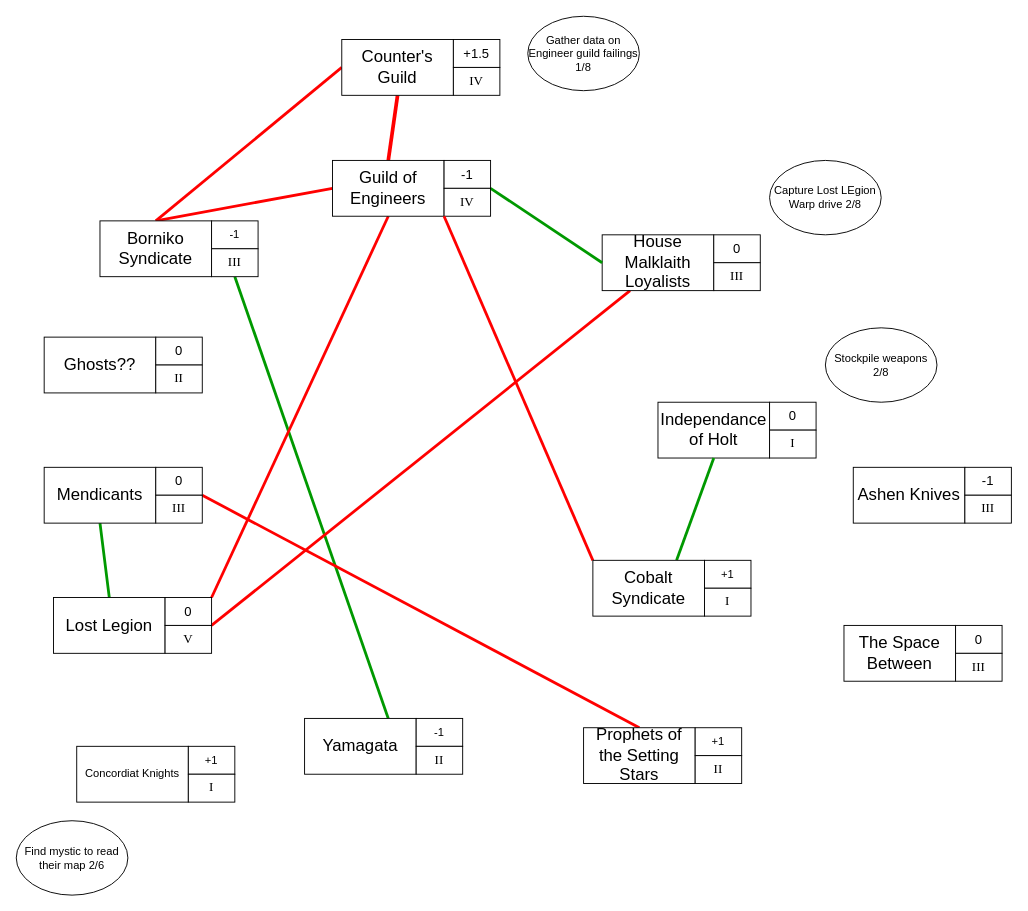
decyne/rpg-prep keeps this draw.io diagram as SaV_Season2.drawio. Above is the earlier version. Source tidied: cells renumbered, new cells numbered last; positions are measured from the earlier drawing's top-left corner, leaving out a move shared by most shapes. Both pictures are drawn from the tidied source at 93%, with x=0, y=0 at pixel (16, 16).
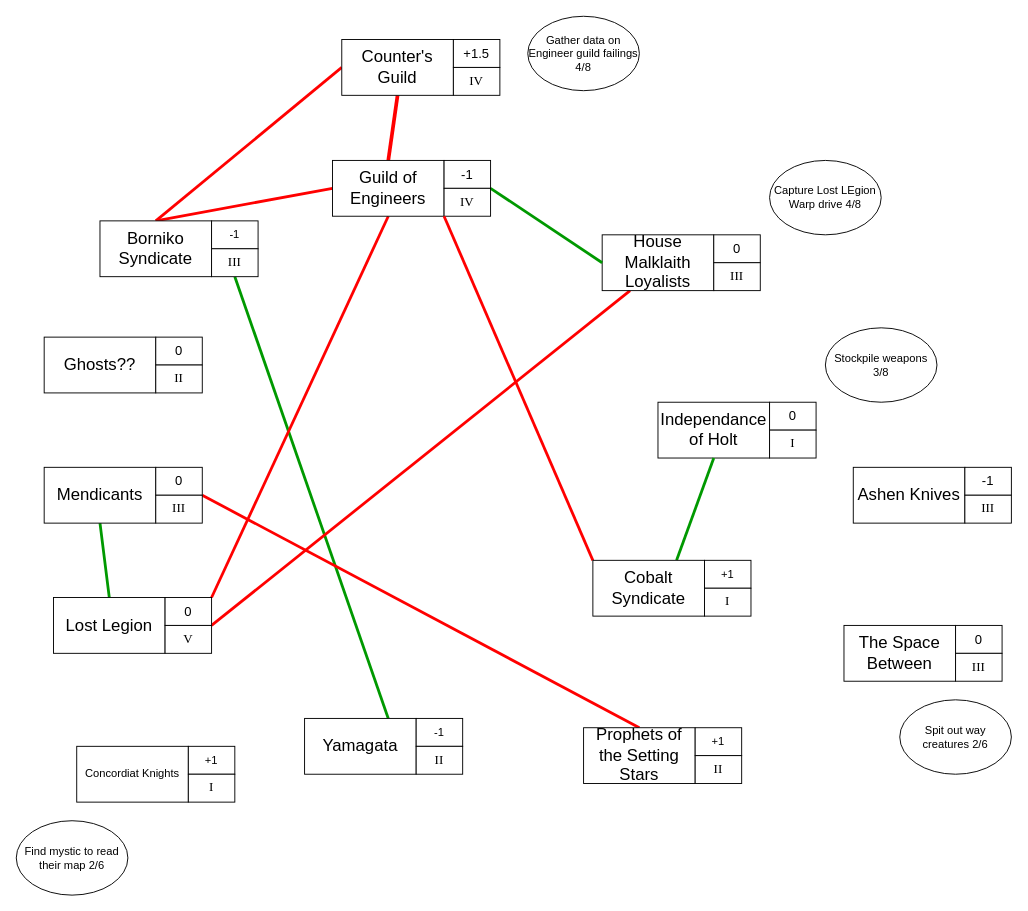
After the change.

Diff of the diagram source:
```diff
@@
-    <mxCell id="50" value="Gather data on Engineer guild failings 1/8" style="ellipse;whiteSpace=wrap;html=1;" parent="1" vertex="1">
+    <mxCell id="50" value="Gather data on Engineer guild failings 4/8" style="ellipse;whiteSpace=wrap;html=1;" parent="1" vertex="1">
       <mxGeometry x="550" width="120" height="80" as="geometry" />
     </mxCell>
-    <mxCell id="51" value="Stockpile weapons 2/8" style="ellipse;whiteSpace=wrap;html=1;" parent="1" vertex="1">
+    <mxCell id="51" value="Stockpile weapons 3/8" style="ellipse;whiteSpace=wrap;html=1;" parent="1" vertex="1">
       <mxGeometry x="870" y="335" width="120" height="80" as="geometry" />
     </mxCell>
-    <mxCell id="52" value="Capture Lost LEgion Warp drive 2/8" style="ellipse;whiteSpace=wrap;html=1;" parent="1" vertex="1">
+    <mxCell id="52" value="Capture Lost LEgion Warp drive 4/8" style="ellipse;whiteSpace=wrap;html=1;" parent="1" vertex="1">
       <mxGeometry x="810" y="155" width="120" height="80" as="geometry" />
     </mxCell>
@@
+    <mxCell id="59" value="Spit out way creatures 2/6" style="ellipse;whiteSpace=wrap;html=1;" parent="1" vertex="1">
+      <mxGeometry x="950" y="735" width="120" height="80" as="geometry" />
+    </mxCell>
```
